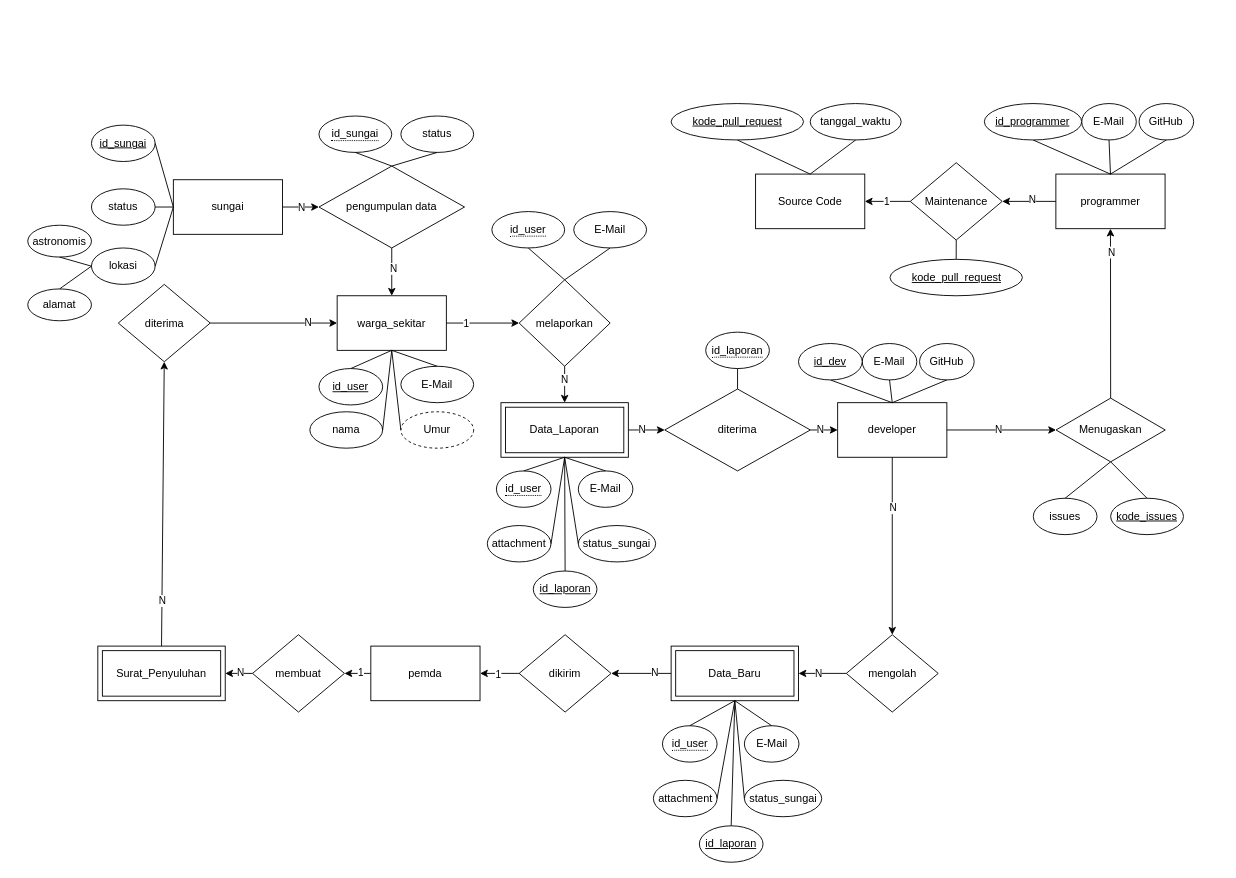
This is page "Page-2" (2 of 4) of SKPL Rekayasa Kebutuhan Software/ERD basis data Sistem  peta digital Sungai.drawio from MalikRepoAdmin/Kelompok-6-Clean-Water-and-Sanitation-RKPL, a draw.io file, before an edit. Source tidied: cells renumbered, new cells numbered last; positions are measured from the earlier drawing's top-left corner, leaving out a move shared by most shapes. Both pictures are drawn from the tidied source at 91%, with x=0, y=0 at pixel (27, 103).
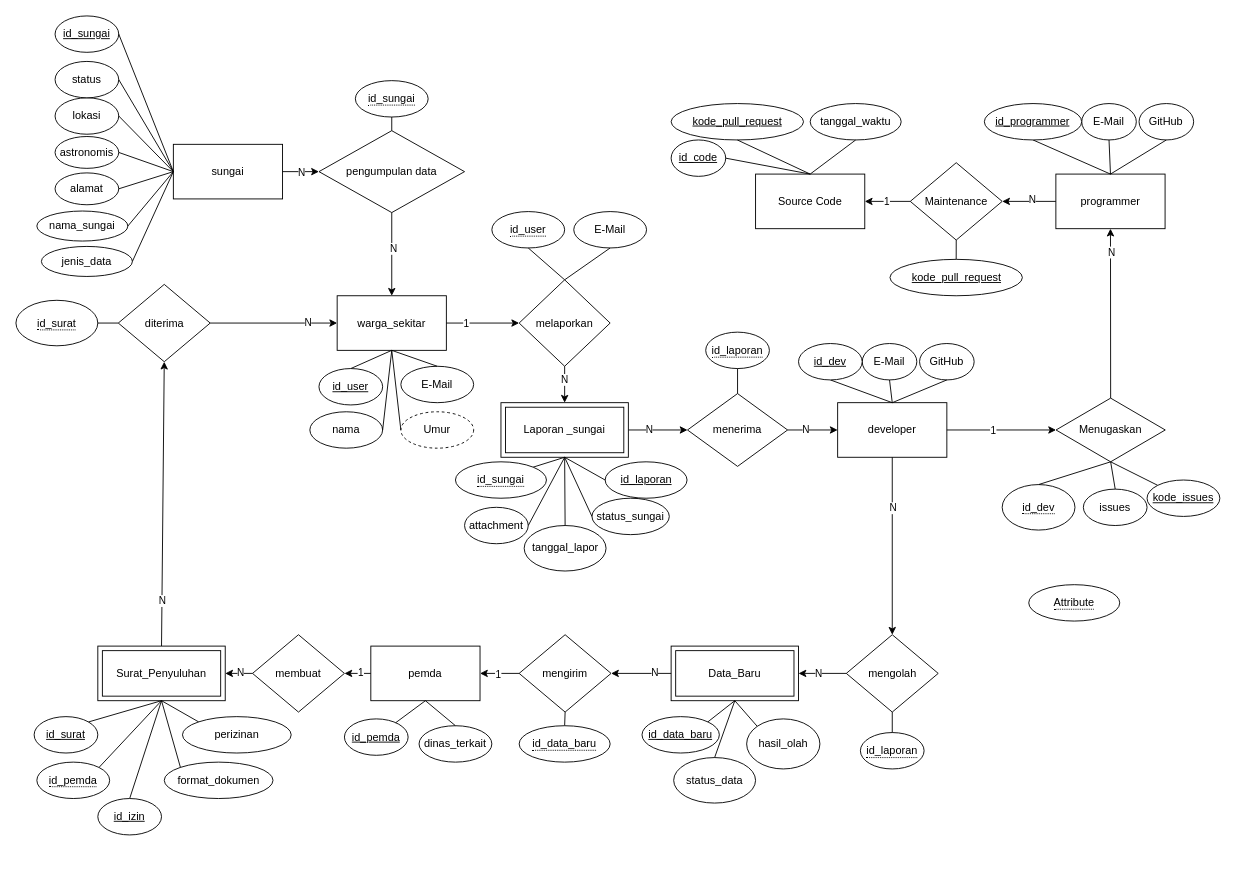
Above is the later version.

Unchanged cells that the change refers to:
```xml
<mxCell id="5" value="pemda" style="rounded=0;whiteSpace=wrap;html=1;" parent="1" vertex="1">
  <mxGeometry x="377" y="596.5" width="120" height="60" as="geometry" />
</mxCell>
<mxCell id="8" value="mengolah" style="rhombus;whiteSpace=wrap;html=1;" parent="1" vertex="1">
  <mxGeometry x="899.5" y="584" width="101" height="85" as="geometry" />
</mxCell>
<mxCell id="11" value="Menugaskan" style="rhombus;whiteSpace=wrap;html=1;" parent="1" vertex="1">
  <mxGeometry x="1130" y="324" width="120" height="70" as="geometry" />
</mxCell>
<mxCell id="14" value="diterima" style="rhombus;whiteSpace=wrap;html=1;" parent="1" vertex="1">
  <mxGeometry x="99.5" y="199" width="101" height="85" as="geometry" />
</mxCell>
<mxCell id="23" style="endArrow=classic;html=1;rounded=0;exitX=1;exitY=0.5;exitDx=0;exitDy=0;entryX=0;entryY=0.5;entryDx=0;entryDy=0;" parent="1" edge="1" source="4" target="11">
  <mxGeometry relative="1" as="geometry" />
</mxCell>
<mxCell id="25" value="Source Code" style="rounded=0;whiteSpace=wrap;html=1;" parent="1" vertex="1">
  <mxGeometry x="799.8" y="77.8" width="120" height="60" as="geometry" />
</mxCell>
<mxCell id="34" value="Data_Baru" style="shape=ext;margin=3;double=1;whiteSpace=wrap;html=1;align=center;" parent="1" vertex="1">
  <mxGeometry x="707" y="596.5" width="140" height="60" as="geometry" />
</mxCell>
<mxCell id="47" value="Surat_Penyuluhan" style="shape=ext;margin=3;double=1;whiteSpace=wrap;html=1;align=center;" parent="1" vertex="1">
  <mxGeometry x="77" y="596.5" width="140" height="60" as="geometry" />
</mxCell>
```

Change to the diagram source:
```diff
@@
-    <mxCell id="7" value="diterima" style="rhombus;whiteSpace=wrap;html=1;" parent="1" vertex="1">
-      <mxGeometry x="700" y="314" width="160" height="90" as="geometry" />
+    <mxCell id="7" value="menerima" style="rhombus;whiteSpace=wrap;html=1;" parent="1" vertex="1">
+      <mxGeometry x="725" y="319" width="110" height="80" as="geometry" />
     </mxCell>
@@
     <mxCell id="9" value="sungai" style="rounded=0;whiteSpace=wrap;html=1;" parent="1" vertex="1">
-      <mxGeometry x="160" y="84" width="120" height="60" as="geometry" />
+      <mxGeometry x="160" y="45.1" width="120" height="60" as="geometry" />
     </mxCell>
     <mxCell id="10" value="pengumpulan data" style="rhombus;whiteSpace=wrap;html=1;" parent="1" vertex="1">
-      <mxGeometry x="320" y="69" width="160" height="90" as="geometry" />
+      <mxGeometry x="320" y="30.1" width="160" height="90" as="geometry" />
     </mxCell>
@@
-    <mxCell id="12" value="dikirim" style="rhombus;whiteSpace=wrap;html=1;" parent="1" vertex="1">
+    <mxCell id="12" value="mengirim" style="rhombus;whiteSpace=wrap;html=1;" parent="1" vertex="1">
       <mxGeometry x="540" y="584" width="101" height="85" as="geometry" />
     </mxCell>
@@
-    <mxCell id="24" value="N" style="edgeLabel;html=1;align=center;verticalAlign=middle;" parent="23" vertex="1">
-      <mxGeometry x="-0.07" y="1" relative="1" as="geometry" />
-    </mxCell>
+    <mxCell id="126" value="1" style="edgeLabel;html=1;align=center;verticalAlign=middle;" parent="23" vertex="1">
+      <mxGeometry x="-0.09" y="2" relative="1" as="geometry">
+        <mxPoint x="-5" y="2" as="offset" />
+      </mxGeometry>
+    </mxCell>
@@
-    <mxCell id="33" value="Data_Laporan" style="shape=ext;margin=3;double=1;whiteSpace=wrap;html=1;align=center;" parent="1" vertex="1">
+    <mxCell id="33" value="Laporan _sungai" style="shape=ext;margin=3;double=1;whiteSpace=wrap;html=1;align=center;" parent="1" vertex="1">
       <mxGeometry x="520" y="329" width="140" height="60" as="geometry" />
     </mxCell>
@@
     <mxCell id="56" value="id_sungai" style="ellipse;whiteSpace=wrap;html=1;align=center;fontStyle=4;" parent="1" vertex="1">
-      <mxGeometry x="70" y="24" width="70" height="40" as="geometry" />
+      <mxGeometry x="30" y="-96" width="70" height="40" as="geometry" />
     </mxCell>
     <mxCell id="57" value="lokasi" style="ellipse;whiteSpace=wrap;html=1;align=center;" parent="1" vertex="1">
-      <mxGeometry x="70" y="159" width="70" height="40" as="geometry" />
+      <mxGeometry x="30" y="-6" width="70" height="40" as="geometry" />
     </mxCell>
     <mxCell id="58" value="status" style="ellipse;whiteSpace=wrap;html=1;align=center;" parent="1" vertex="1">
-      <mxGeometry x="70" y="94" width="70" height="40" as="geometry" />
+      <mxGeometry x="30" y="-46" width="70" height="40" as="geometry" />
     </mxCell>
@@
     <mxCell id="62" value="astronomis" style="ellipse;whiteSpace=wrap;html=1;align=center;" parent="1" vertex="1">
-      <mxGeometry y="134" width="70" height="35" as="geometry" />
+      <mxGeometry x="30" y="36.5" width="70" height="35" as="geometry" />
     </mxCell>
     <mxCell id="63" value="alamat" style="ellipse;whiteSpace=wrap;html=1;align=center;" parent="1" vertex="1">
-      <mxGeometry y="204" width="70" height="35" as="geometry" />
+      <mxGeometry x="30" y="76.5" width="70" height="35" as="geometry" />
     </mxCell>
-    <mxCell id="64" style="endArrow=none;html=1;rounded=0;exitX=0.5;exitY=1;exitDx=0;exitDy=0;entryX=0;entryY=0.5;entryDx=0;entryDy=0;" parent="1" edge="1" source="62" target="57">
+    <mxCell id="64" style="endArrow=none;html=1;rounded=0;exitX=1;exitY=0.5;exitDx=0;exitDy=0;entryX=0;entryY=0.5;entryDx=0;entryDy=0;" parent="1" edge="1" source="62" target="9">
       <mxGeometry relative="1" as="geometry" />
     </mxCell>
-    <mxCell id="65" style="endArrow=none;html=1;rounded=0;exitX=0.5;exitY=0;exitDx=0;exitDy=0;entryX=0;entryY=0.5;entryDx=0;entryDy=0;" parent="1" edge="1" source="63" target="57">
-      <mxGeometry relative="1" as="geometry" />
-    </mxCell>
     <mxCell id="66" value="&lt;span style=&quot;border-bottom: 1px dotted&quot;&gt;id_sungai&lt;/span&gt;" style="ellipse;whiteSpace=wrap;html=1;align=center;" parent="1" vertex="1">
-      <mxGeometry x="320" y="14" width="80" height="40" as="geometry" />
+      <mxGeometry x="360" y="-24.9" width="80" height="40" as="geometry" />
     </mxCell>
-    <mxCell id="67" value="status" style="ellipse;whiteSpace=wrap;html=1;align=center;" parent="1" vertex="1">
-      <mxGeometry x="410" y="14" width="80" height="40" as="geometry" />
-    </mxCell>
@@
-    <mxCell id="69" style="endArrow=none;html=1;rounded=0;exitX=0.5;exitY=0;exitDx=0;exitDy=0;entryX=0.5;entryY=1;entryDx=0;entryDy=0;" parent="1" edge="1" source="10" target="67">
-      <mxGeometry relative="1" as="geometry" />
-    </mxCell>
@@
-    <mxCell id="82" value="&lt;span style=&quot;border-bottom: 1px dotted&quot;&gt;id_user&lt;/span&gt;" style="ellipse;whiteSpace=wrap;html=1;align=center;" parent="1" vertex="1">
-      <mxGeometry x="515" y="404" width="60" height="40" as="geometry" />
-    </mxCell>
-    <mxCell id="83" value="E-Mail" style="ellipse;whiteSpace=wrap;html=1;align=center;" parent="1" vertex="1">
-      <mxGeometry x="605" y="404" width="60" height="40" as="geometry" />
-    </mxCell>
-    <mxCell id="84" style="endArrow=none;html=1;rounded=0;exitX=0.5;exitY=1;exitDx=0;exitDy=0;entryX=0.5;entryY=0;entryDx=0;entryDy=0;" parent="1" edge="1" source="33" target="82">
+    <mxCell id="84" style="endArrow=none;html=1;rounded=0;exitX=0.5;exitY=1;exitDx=0;exitDy=0;entryX=1;entryY=0;entryDx=0;entryDy=0;" parent="1" edge="1" source="33" target="147">
       <mxGeometry relative="1" as="geometry" />
     </mxCell>
-    <mxCell id="85" style="endArrow=none;html=1;rounded=0;entryX=0.5;entryY=0;entryDx=0;entryDy=0;exitX=0.5;exitY=1;exitDx=0;exitDy=0;" parent="1" edge="1" source="33" target="83">
-      <mxGeometry relative="1" as="geometry" />
-    </mxCell>
     <mxCell id="86" value="attachment" style="ellipse;whiteSpace=wrap;html=1;align=center;" parent="1" vertex="1">
-      <mxGeometry x="505" y="464" width="70" height="40" as="geometry" />
+      <mxGeometry x="480" y="444" width="70" height="40" as="geometry" />
     </mxCell>
     <mxCell id="87" value="status_sungai" style="ellipse;whiteSpace=wrap;html=1;align=center;" parent="1" vertex="1">
-      <mxGeometry x="605" y="464" width="85" height="40" as="geometry" />
+      <mxGeometry x="620" y="434" width="85" height="40" as="geometry" />
     </mxCell>
@@
     <mxCell id="100" value="issues" style="ellipse;whiteSpace=wrap;html=1;align=center;" parent="1" vertex="1">
-      <mxGeometry x="1105" y="434" width="70" height="40" as="geometry" />
+      <mxGeometry x="1160" y="424" width="70" height="40" as="geometry" />
     </mxCell>
@@
-    <mxCell id="102" style="endArrow=none;html=1;rounded=0;entryX=0.5;entryY=1;entryDx=0;entryDy=0;exitX=0.5;exitY=0;exitDx=0;exitDy=0;" parent="1" edge="1" source="106" target="11">
+    <mxCell id="102" style="endArrow=none;html=1;rounded=0;entryX=0.5;entryY=1;entryDx=0;entryDy=0;exitX=0;exitY=0;exitDx=0;exitDy=0;" parent="1" edge="1" source="106" target="11">
       <mxGeometry relative="1" as="geometry" />
     </mxCell>
@@
-    <mxCell id="104" value="kode_pull_request" style="ellipse;whiteSpace=wrap;html=1;align=center;fontStyle=4;" parent="1" vertex="1">
+    <mxCell id="104" value="kode_pull_request" style="whiteSpace=wrap;html=1;align=center;fontStyle=4;shape=ellipse;perimeter=ellipsePerimeter;" parent="1" vertex="1">
       <mxGeometry x="947.5" y="171.5" width="145.5" height="40" as="geometry" />
     </mxCell>
@@
     <mxCell id="106" value="kode_issues" style="ellipse;whiteSpace=wrap;html=1;align=center;fontStyle=4;" parent="1" vertex="1">
-      <mxGeometry x="1190" y="434" width="80" height="40" as="geometry" />
+      <mxGeometry x="1230" y="414" width="80" height="40" as="geometry" />
     </mxCell>
@@
     <mxCell id="112" value="id_laporan" style="ellipse;whiteSpace=wrap;html=1;align=center;fontStyle=4;" parent="1" vertex="1">
-      <mxGeometry x="555.5" y="514" width="70" height="40" as="geometry" />
+      <mxGeometry x="634.5" y="394" width="90" height="40" as="geometry" />
     </mxCell>
-    <mxCell id="113" style="endArrow=none;html=1;rounded=0;exitX=0.5;exitY=1;exitDx=0;exitDy=0;entryX=0.5;entryY=0;entryDx=0;entryDy=0;" parent="1" edge="1" source="33" target="112">
+    <mxCell id="113" style="endArrow=none;html=1;rounded=0;exitX=0.5;exitY=1;exitDx=0;exitDy=0;entryX=0;entryY=0.5;entryDx=0;entryDy=0;" parent="1" edge="1" source="33" target="112">
       <mxGeometry relative="1" as="geometry" />
     </mxCell>
@@
-    <mxCell id="116" value="&lt;span style=&quot;border-bottom: 1px dotted&quot;&gt;id_user&lt;/span&gt;" style="ellipse;whiteSpace=wrap;html=1;align=center;" parent="1" vertex="1">
-      <mxGeometry x="697.5" y="684" width="60" height="40" as="geometry" />
-    </mxCell>
-    <mxCell id="117" value="E-Mail" style="ellipse;whiteSpace=wrap;html=1;align=center;" parent="1" vertex="1">
-      <mxGeometry x="787.5" y="684" width="60" height="40" as="geometry" />
-    </mxCell>
-    <mxCell id="118" value="attachment" style="ellipse;whiteSpace=wrap;html=1;align=center;" parent="1" vertex="1">
-      <mxGeometry x="687.5" y="744" width="70" height="40" as="geometry" />
-    </mxCell>
-    <mxCell id="119" value="status_sungai" style="ellipse;whiteSpace=wrap;html=1;align=center;" parent="1" vertex="1">
-      <mxGeometry x="787.5" y="744" width="85" height="40" as="geometry" />
-    </mxCell>
+    <mxCell id="127" value="&lt;u&gt;id_pemda&lt;/u&gt;" style="ellipse;whiteSpace=wrap;html=1;align=center;" parent="1" vertex="1">
+      <mxGeometry x="348" y="676.5" width="70" height="40" as="geometry" />
+    </mxCell>
+    <mxCell id="128" style="endArrow=none;html=1;rounded=0;exitX=0.5;exitY=1;exitDx=0;exitDy=0;entryX=0.5;entryY=0;entryDx=0;entryDy=0;" parent="1" edge="1" source="12" target="156">
+      <mxGeometry relative="1" as="geometry" />
+    </mxCell>
+    <mxCell id="129" style="endArrow=none;html=1;rounded=0;entryX=0.5;entryY=1;entryDx=0;entryDy=0;" parent="1" edge="1" source="127" target="5">
+      <mxGeometry relative="1" as="geometry" />
+    </mxCell>
+    <mxCell id="130" value="format_dokumen" style="ellipse;whiteSpace=wrap;html=1;align=center;" parent="1" vertex="1">
+      <mxGeometry x="150" y="724" width="119.5" height="40" as="geometry" />
+    </mxCell>
+    <mxCell id="131" value="&lt;u&gt;id_surat&lt;/u&gt;" style="ellipse;whiteSpace=wrap;html=1;align=center;" parent="1" vertex="1">
+      <mxGeometry x="7" y="674" width="70" height="40" as="geometry" />
+    </mxCell>
+    <mxCell id="132" value="perizinan" style="ellipse;whiteSpace=wrap;html=1;align=center;" parent="1" vertex="1">
+      <mxGeometry x="170" y="674" width="119.5" height="40" as="geometry" />
+    </mxCell>
+    <mxCell id="133" style="endArrow=none;html=1;rounded=0;exitX=1;exitY=0;exitDx=0;exitDy=0;entryX=0.5;entryY=1;entryDx=0;entryDy=0;" parent="1" edge="1" source="131" target="47">
+      <mxGeometry relative="1" as="geometry" />
+    </mxCell>
+    <mxCell id="134" style="endArrow=none;html=1;rounded=0;exitX=1;exitY=0;exitDx=0;exitDy=0;entryX=0.5;entryY=1;entryDx=0;entryDy=0;" parent="1" edge="1" source="138" target="47">
+      <mxGeometry relative="1" as="geometry" />
+    </mxCell>
+    <mxCell id="135" style="endArrow=none;html=1;rounded=0;entryX=0.5;entryY=1;entryDx=0;entryDy=0;exitX=0.5;exitY=0;exitDx=0;exitDy=0;" parent="1" edge="1" source="139" target="47">
+      <mxGeometry relative="1" as="geometry" />
+    </mxCell>
+    <mxCell id="136" style="endArrow=none;html=1;rounded=0;entryX=0.5;entryY=1;entryDx=0;entryDy=0;exitX=0;exitY=0;exitDx=0;exitDy=0;" parent="1" edge="1" source="132" target="47">
+      <mxGeometry relative="1" as="geometry" />
+    </mxCell>
+    <mxCell id="137" style="endArrow=none;html=1;rounded=0;entryX=0.5;entryY=1;entryDx=0;entryDy=0;exitX=0;exitY=0;exitDx=0;exitDy=0;" parent="1" edge="1" source="130" target="47">
+      <mxGeometry relative="1" as="geometry" />
+    </mxCell>
+    <mxCell id="138" value="&lt;span style=&quot;border-bottom: 1px dotted&quot;&gt;id_pemda&lt;/span&gt;" style="ellipse;whiteSpace=wrap;html=1;align=center;" parent="1" vertex="1">
+      <mxGeometry x="10" y="724" width="80" height="40" as="geometry" />
+    </mxCell>
+    <mxCell id="139" value="&lt;u&gt;id_izin&lt;/u&gt;" style="ellipse;whiteSpace=wrap;html=1;align=center;" parent="1" vertex="1">
+      <mxGeometry x="77" y="764" width="70" height="40" as="geometry" />
+    </mxCell>
+    <mxCell id="140" value="&lt;span style=&quot;border-bottom: 1px dotted&quot;&gt;id_surat&lt;/span&gt;" style="ellipse;whiteSpace=wrap;html=1;align=center;" parent="1" vertex="1">
+      <mxGeometry x="-13" y="216.5" width="90" height="50" as="geometry" />
+    </mxCell>
+    <mxCell id="141" style="endArrow=none;html=1;rounded=0;entryX=0;entryY=0.5;entryDx=0;entryDy=0;exitX=1;exitY=0.5;exitDx=0;exitDy=0;" parent="1" edge="1" source="140" target="14">
+      <mxGeometry relative="1" as="geometry" />
+    </mxCell>
+    <mxCell id="142" value="dinas_terkait" style="ellipse;whiteSpace=wrap;html=1;align=center;" parent="1" vertex="1">
+      <mxGeometry x="430" y="684" width="80" height="40" as="geometry" />
+    </mxCell>
+    <mxCell id="143" style="endArrow=none;html=1;rounded=0;entryX=0.5;entryY=1;entryDx=0;entryDy=0;exitX=0.5;exitY=0;exitDx=0;exitDy=0;" parent="1" edge="1" source="142" target="5">
+      <mxGeometry relative="1" as="geometry" />
+    </mxCell>
+    <mxCell id="144" style="endArrow=none;html=1;rounded=0;exitX=1;exitY=0.5;exitDx=0;exitDy=0;entryX=0;entryY=0.5;entryDx=0;entryDy=0;" parent="1" edge="1" source="63" target="9">
+      <mxGeometry relative="1" as="geometry" />
+    </mxCell>
+    <mxCell id="145" value="nama_sungai" style="ellipse;whiteSpace=wrap;html=1;align=center;" parent="1" vertex="1">
+      <mxGeometry x="10" y="118.4" width="100" height="33" as="geometry" />
+    </mxCell>
+    <mxCell id="146" style="endArrow=none;html=1;rounded=0;exitX=1;exitY=0.5;exitDx=0;exitDy=0;entryX=0;entryY=0.5;entryDx=0;entryDy=0;" parent="1" edge="1" source="145" target="9">
+      <mxGeometry relative="1" as="geometry" />
+    </mxCell>
+    <mxCell id="147" value="&lt;span style=&quot;border-bottom: 1px dotted&quot;&gt;id_sungai&lt;/span&gt;" style="ellipse;whiteSpace=wrap;html=1;align=center;" parent="1" vertex="1">
+      <mxGeometry x="470" y="394" width="100" height="40" as="geometry" />
+    </mxCell>
+    <mxCell id="148" value="tanggal_lapor" style="ellipse;whiteSpace=wrap;html=1;align=center;" parent="1" vertex="1">
+      <mxGeometry x="545.5" y="464" width="90" height="50" as="geometry" />
+    </mxCell>
+    <mxCell id="149" style="endArrow=none;html=1;rounded=0;exitX=0.5;exitY=1;exitDx=0;exitDy=0;entryX=0.5;entryY=0;entryDx=0;entryDy=0;" parent="1" edge="1" source="33" target="148">
+      <mxGeometry relative="1" as="geometry" />
+    </mxCell>
+    <mxCell id="150" value="&lt;u&gt;id_data_baru&lt;/u&gt;" style="ellipse;whiteSpace=wrap;html=1;align=center;" parent="1" vertex="1">
+      <mxGeometry x="675" y="674" width="85" height="40" as="geometry" />
+    </mxCell>
+    <mxCell id="151" style="endArrow=none;html=1;rounded=0;exitX=0.5;exitY=1;exitDx=0;exitDy=0;entryX=1;entryY=0;entryDx=0;entryDy=0;" parent="1" edge="1" source="34" target="150">
+      <mxGeometry relative="1" as="geometry" />
+    </mxCell>
+    <mxCell id="152" value="hasil_olah" style="ellipse;whiteSpace=wrap;html=1;align=center;" parent="1" vertex="1">
+      <mxGeometry x="790" y="676.5" width="80.5" height="55" as="geometry" />
+    </mxCell>
+    <mxCell id="153" value="status_data" style="ellipse;whiteSpace=wrap;html=1;align=center;" parent="1" vertex="1">
+      <mxGeometry x="709.8" y="719" width="90" height="50" as="geometry" />
+    </mxCell>
+    <mxCell id="154" style="endArrow=none;html=1;rounded=0;exitX=0.5;exitY=1;exitDx=0;exitDy=0;entryX=0;entryY=0;entryDx=0;entryDy=0;" parent="1" edge="1" source="34" target="152">
+      <mxGeometry relative="1" as="geometry" />
+    </mxCell>
+    <mxCell id="155" style="endArrow=none;html=1;rounded=0;exitX=0.5;exitY=1;exitDx=0;exitDy=0;entryX=0.5;entryY=0;entryDx=0;entryDy=0;" parent="1" edge="1" source="34" target="153">
+      <mxGeometry relative="1" as="geometry" />
+    </mxCell>
+    <mxCell id="156" value="&lt;span style=&quot;border-bottom: 1px dotted&quot;&gt;id_data_baru&lt;/span&gt;" style="ellipse;whiteSpace=wrap;html=1;align=center;" parent="1" vertex="1">
+      <mxGeometry x="540" y="684" width="100" height="40" as="geometry" />
+    </mxCell>
+    <mxCell id="157" value="&lt;u&gt;id_code&lt;/u&gt;" style="ellipse;whiteSpace=wrap;html=1;align=center;" parent="1" vertex="1">
+      <mxGeometry x="707" y="40.3" width="60" height="40" as="geometry" />
+    </mxCell>
+    <mxCell id="158" style="endArrow=none;html=1;rounded=0;entryX=1;entryY=0.5;entryDx=0;entryDy=0;exitX=0.5;exitY=0;exitDx=0;exitDy=0;" parent="1" edge="1" source="25" target="157">
+      <mxGeometry relative="1" as="geometry" />
+    </mxCell>
-    <mxCell id="120" value="id_laporan" style="ellipse;whiteSpace=wrap;html=1;align=center;fontStyle=4;" parent="1" vertex="1">
-      <mxGeometry x="738" y="794" width="70" height="40" as="geometry" />
+    <mxCell id="120" value="&lt;span style=&quot;border-bottom: 1px dotted&quot;&gt;id_laporan&lt;/span&gt;" style="ellipse;whiteSpace=wrap;html=1;align=center;" parent="1" vertex="1">
+      <mxGeometry x="915" y="691.5" width="70" height="40" as="geometry" />
     </mxCell>
-    <mxCell id="121" style="endArrow=none;html=1;rounded=0;exitX=0.5;exitY=1;exitDx=0;exitDy=0;entryX=0.5;entryY=0;entryDx=0;entryDy=0;" parent="1" edge="1" source="34" target="116">
-      <mxGeometry relative="1" as="geometry" />
-    </mxCell>
-    <mxCell id="122" style="endArrow=none;html=1;rounded=0;exitX=0.5;exitY=1;exitDx=0;exitDy=0;entryX=0.5;entryY=0;entryDx=0;entryDy=0;" parent="1" edge="1" source="34" target="117">
-      <mxGeometry relative="1" as="geometry" />
-    </mxCell>
-    <mxCell id="123" style="endArrow=none;html=1;rounded=0;exitX=0.5;exitY=1;exitDx=0;exitDy=0;entryX=1;entryY=0.5;entryDx=0;entryDy=0;" parent="1" edge="1" source="34" target="118">
-      <mxGeometry relative="1" as="geometry" />
-    </mxCell>
-    <mxCell id="124" style="endArrow=none;html=1;rounded=0;exitX=0.5;exitY=1;exitDx=0;exitDy=0;entryX=0;entryY=0.5;entryDx=0;entryDy=0;" parent="1" edge="1" source="34" target="119">
-      <mxGeometry relative="1" as="geometry" />
-    </mxCell>
-    <mxCell id="125" style="endArrow=none;html=1;rounded=0;exitX=0.5;exitY=1;exitDx=0;exitDy=0;entryX=0.5;entryY=0;entryDx=0;entryDy=0;" parent="1" edge="1" source="34" target="120">
-      <mxGeometry relative="1" as="geometry" />
-    </mxCell>
+    <mxCell id="159" style="endArrow=none;html=1;rounded=0;entryX=0.5;entryY=1;entryDx=0;entryDy=0;exitX=0.5;exitY=0;exitDx=0;exitDy=0;" parent="1" edge="1" source="120" target="8">
+      <mxGeometry relative="1" as="geometry" />
+    </mxCell>
+    <mxCell id="160" style="edgeStyle=orthogonalEdgeStyle;rounded=0;orthogonalLoop=1;jettySize=auto;html=1;exitX=0.5;exitY=1;exitDx=0;exitDy=0;" parent="1" edge="1" source="86" target="86">
+      <mxGeometry relative="1" as="geometry" />
+    </mxCell>
+    <mxCell id="161" value="jenis_data" style="ellipse;whiteSpace=wrap;html=1;align=center;" parent="1" vertex="1">
+      <mxGeometry x="15" y="157.3" width="100" height="33" as="geometry" />
+    </mxCell>
+    <mxCell id="162" style="endArrow=none;html=1;rounded=0;exitX=1;exitY=0.5;exitDx=0;exitDy=0;entryX=0;entryY=0.5;entryDx=0;entryDy=0;" parent="1" edge="1" source="161" target="9">
+      <mxGeometry relative="1" as="geometry" />
+    </mxCell>
+    <mxCell id="163" value="&lt;span style=&quot;border-bottom: 1px dotted&quot;&gt;Attribute&lt;/span&gt;" style="ellipse;whiteSpace=wrap;html=1;align=center;" parent="1" vertex="1">
+      <mxGeometry x="1100" y="529" width="100" height="40" as="geometry" />
+    </mxCell>
+    <mxCell id="164" value="&lt;span style=&quot;border-bottom: 1px dotted&quot;&gt;id_dev&lt;/span&gt;" style="ellipse;whiteSpace=wrap;html=1;align=center;" parent="1" vertex="1">
+      <mxGeometry x="1070.8" y="419" width="80" height="50" as="geometry" />
+    </mxCell>
+    <mxCell id="165" style="endArrow=none;html=1;rounded=0;entryX=0.5;entryY=1;entryDx=0;entryDy=0;exitX=0.5;exitY=0;exitDx=0;exitDy=0;" parent="1" edge="1" source="164" target="11">
+      <mxGeometry relative="1" as="geometry" />
+    </mxCell>
```
